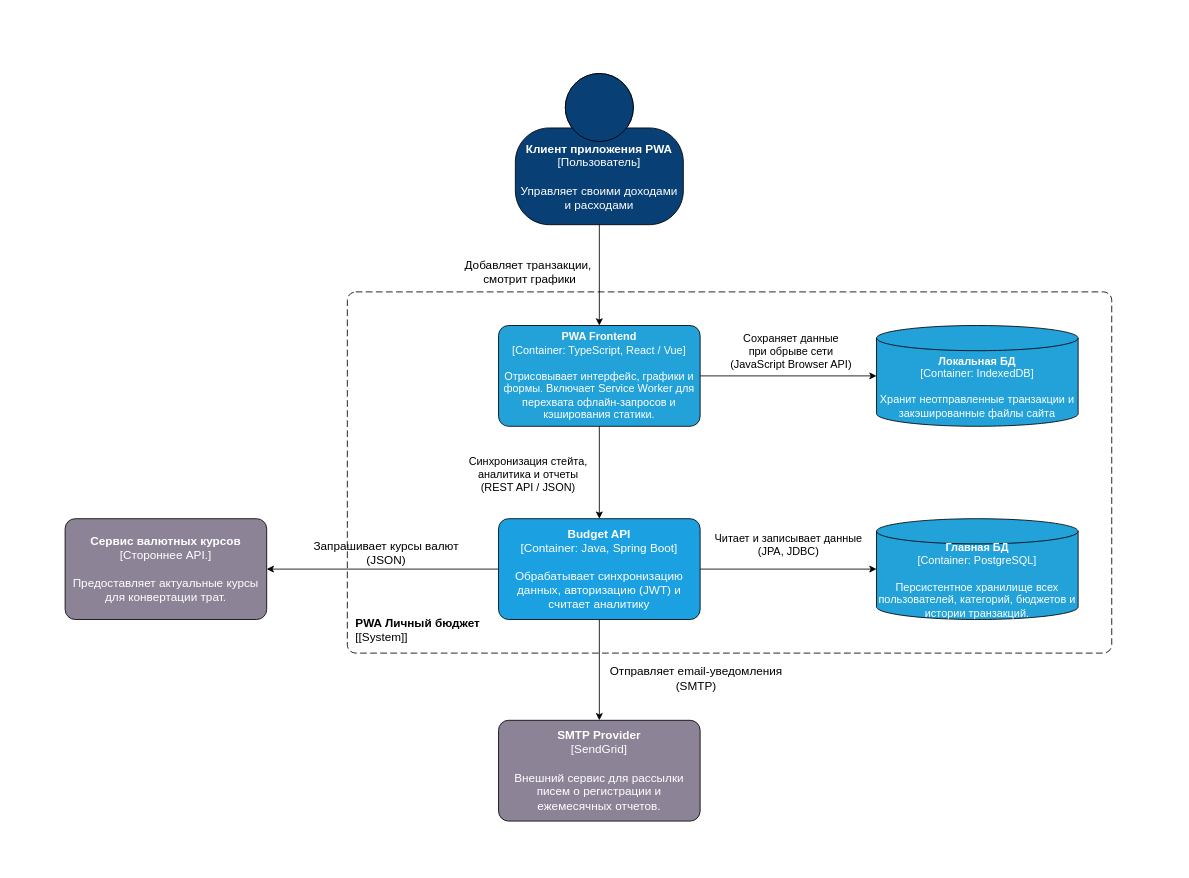
The draw.io diagram page "Контейнеры" (2 of 5) of docs/PWA_App.drawio in Dane4ka-in-IT/diakon-pay, before the edit. Source tidied: cells renumbered, new cells numbered last; positions are measured from the earlier drawing's top-left corner, leaving out a move shared by most shapes. Both pictures are drawn from the tidied source at 84%, with x=0, y=0 at pixel (65, 73).
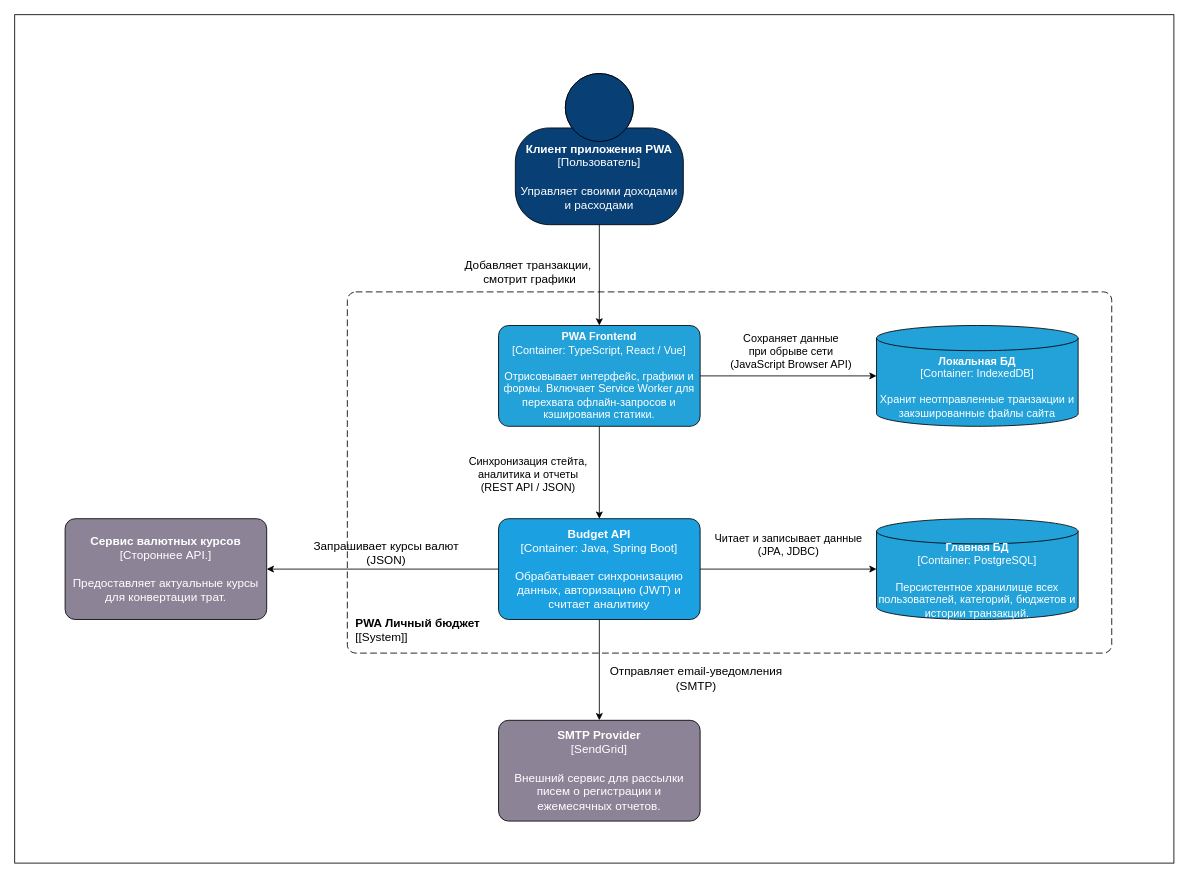
The same diagram, later.

Diff of the diagram source:
```diff
@@
+    <mxCell id="22" style="rounded=0;whiteSpace=wrap;html=1;" parent="1" vertex="1">
+      <mxGeometry x="-60" y="-70" width="1380" height="1010" as="geometry" />
+    </mxCell>
```
